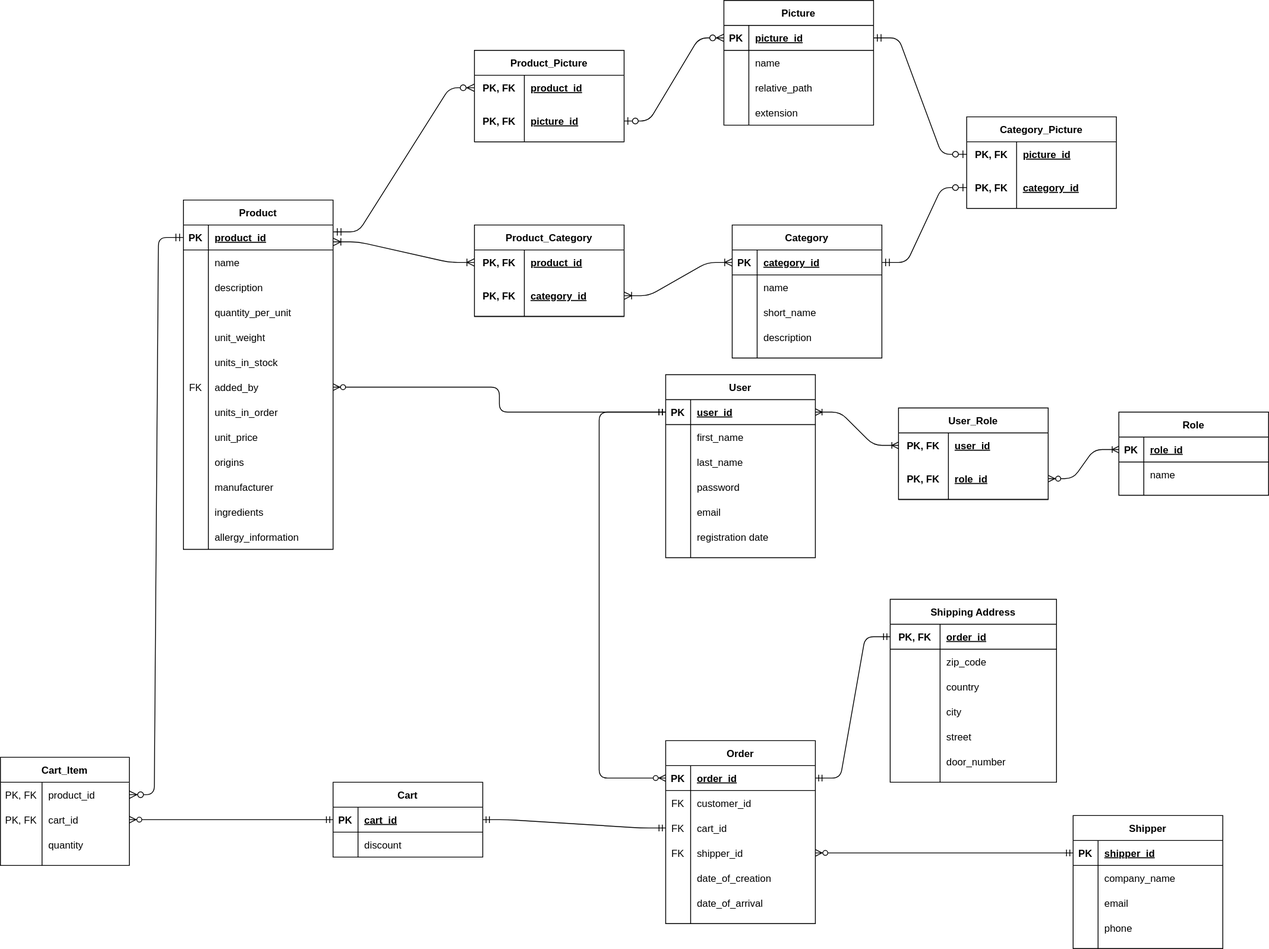
Earlier version of the draw.io export VB_UML.svg (LyakhnitskiyDP/VigilantBean). Source tidied: cells renumbered, new cells last; positions are measured from the earlier drawing's top-left corner, leaving out a move shared by most shapes.
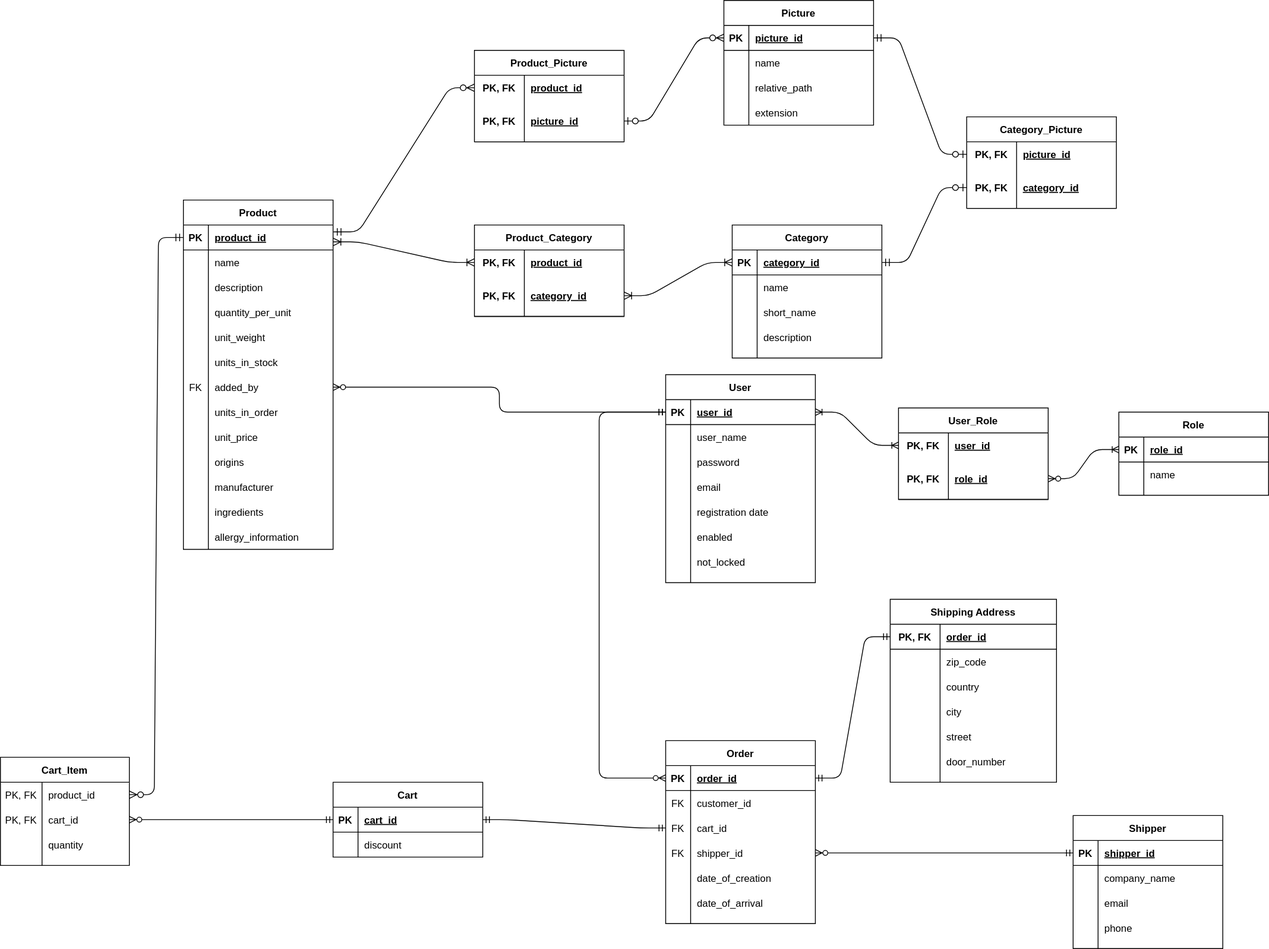
Above is the later version.

Diff of the diagram source:
```diff
@@ -3,7 +3,7 @@
     <mxCell id="0" />
     <mxCell id="1" parent="0" />
     <mxCell id="2" value="User" style="shape=table;startSize=30;rowLines=0;fontStyle=1;align=center;" parent="1" vertex="1">
-      <mxGeometry x="800" y="450" width="180" height="220" as="geometry" />
+      <mxGeometry x="800" y="450" width="180" height="250" as="geometry" />
     </mxCell>
     <mxCell id="3" style="shape=partialRectangle;fillColor=none;top=0;left=0;bottom=1;right=0;points=[[0,0.5],[1,0.5]];portConstraint=eastwest;" parent="2" vertex="1">
       <mxGeometry y="30" width="180" height="30" as="geometry" />
@@ -14,26 +14,17 @@
     <mxCell id="5" value="user_id" style="shape=partialRectangle;fillColor=none;top=0;left=0;bottom=0;right=0;align=left;spacingLeft=6;fontStyle=5;overflow=hidden;" parent="3" vertex="1">
       <mxGeometry x="30" width="150" height="30" as="geometry" />
     </mxCell>
-    <mxCell id="6" style="shape=partialRectangle;fillColor=none;top=0;left=0;bottom=0;right=0;" parent="2" vertex="1">
-      <mxGeometry y="60" width="180" height="30" as="geometry" />
-    </mxCell>
-    <mxCell id="7" style="shape=partialRectangle;fillColor=none;top=0;left=0;bottom=0;right=0;overflow=hidden;" parent="6" vertex="1">
-      <mxGeometry width="30" height="30" as="geometry" />
-    </mxCell>
-    <mxCell id="8" value="first_name" style="shape=partialRectangle;fillColor=none;top=0;left=0;bottom=0;right=0;align=left;spacingLeft=6;overflow=hidden;" parent="6" vertex="1">
-      <mxGeometry x="30" width="150" height="30" as="geometry" />
-    </mxCell>
     <mxCell id="9" style="shape=partialRectangle;fillColor=none;top=0;left=0;bottom=0;right=0;" parent="2" vertex="1">
-      <mxGeometry y="90" width="180" height="30" as="geometry" />
+      <mxGeometry y="60" width="180" height="30" as="geometry" />
     </mxCell>
     <mxCell id="10" style="shape=partialRectangle;fillColor=none;top=0;left=0;bottom=0;right=0;overflow=hidden;" parent="9" vertex="1">
       <mxGeometry width="30" height="30" as="geometry" />
     </mxCell>
-    <mxCell id="11" value="last_name" style="shape=partialRectangle;fillColor=none;top=0;left=0;bottom=0;right=0;align=left;spacingLeft=6;overflow=hidden;" parent="9" vertex="1">
+    <mxCell id="11" value="user_name" style="shape=partialRectangle;fillColor=none;top=0;left=0;bottom=0;right=0;align=left;spacingLeft=6;overflow=hidden;" parent="9" vertex="1">
       <mxGeometry x="30" width="150" height="30" as="geometry" />
     </mxCell>
     <mxCell id="12" style="shape=partialRectangle;fillColor=none;top=0;left=0;bottom=0;right=0;" parent="2" vertex="1">
-      <mxGeometry y="120" width="180" height="30" as="geometry" />
+      <mxGeometry y="90" width="180" height="30" as="geometry" />
     </mxCell>
     <mxCell id="13" style="shape=partialRectangle;fillColor=none;top=0;left=0;bottom=0;right=0;overflow=hidden;" parent="12" vertex="1">
       <mxGeometry width="30" height="30" as="geometry" />
@@ -42,7 +33,7 @@
       <mxGeometry x="30" width="150" height="30" as="geometry" />
     </mxCell>
     <mxCell id="15" style="shape=partialRectangle;fillColor=none;top=0;left=0;bottom=0;right=0;" parent="2" vertex="1">
-      <mxGeometry y="150" width="180" height="30" as="geometry" />
+      <mxGeometry y="120" width="180" height="30" as="geometry" />
     </mxCell>
     <mxCell id="16" style="shape=partialRectangle;fillColor=none;top=0;left=0;bottom=0;right=0;overflow=hidden;" parent="15" vertex="1">
       <mxGeometry width="30" height="30" as="geometry" />
@@ -51,7 +42,7 @@
       <mxGeometry x="30" width="150" height="30" as="geometry" />
     </mxCell>
     <mxCell id="18" style="shape=partialRectangle;fillColor=none;top=0;left=0;bottom=0;right=0;" parent="2" vertex="1">
-      <mxGeometry y="180" width="180" height="30" as="geometry" />
+      <mxGeometry y="150" width="180" height="30" as="geometry" />
     </mxCell>
     <mxCell id="19" style="shape=partialRectangle;fillColor=none;top=0;left=0;bottom=0;right=0;overflow=hidden;" parent="18" vertex="1">
       <mxGeometry width="30" height="30" as="geometry" />
@@ -59,6 +50,24 @@
     <mxCell id="20" value="registration date" style="shape=partialRectangle;fillColor=none;top=0;left=0;bottom=0;right=0;align=left;spacingLeft=6;overflow=hidden;" parent="18" vertex="1">
       <mxGeometry x="30" width="150" height="30" as="geometry" />
     </mxCell>
+    <mxCell id="205" style="shape=partialRectangle;fillColor=none;top=0;left=0;bottom=0;right=0;" parent="2" vertex="1">
+      <mxGeometry y="180" width="180" height="30" as="geometry" />
+    </mxCell>
+    <mxCell id="206" style="shape=partialRectangle;fillColor=none;top=0;left=0;bottom=0;right=0;overflow=hidden;" parent="205" vertex="1">
+      <mxGeometry width="30" height="30" as="geometry" />
+    </mxCell>
+    <mxCell id="207" value="enabled" style="shape=partialRectangle;fillColor=none;top=0;left=0;bottom=0;right=0;align=left;spacingLeft=6;overflow=hidden;" parent="205" vertex="1">
+      <mxGeometry x="30" width="150" height="30" as="geometry" />
+    </mxCell>
+    <mxCell id="208" style="shape=partialRectangle;fillColor=none;top=0;left=0;bottom=0;right=0;" parent="2" vertex="1">
+      <mxGeometry y="210" width="180" height="30" as="geometry" />
+    </mxCell>
+    <mxCell id="209" style="shape=partialRectangle;fillColor=none;top=0;left=0;bottom=0;right=0;overflow=hidden;" parent="208" vertex="1">
+      <mxGeometry width="30" height="30" as="geometry" />
+    </mxCell>
+    <mxCell id="210" value="not_locked" style="shape=partialRectangle;fillColor=none;top=0;left=0;bottom=0;right=0;align=left;spacingLeft=6;overflow=hidden;" parent="208" vertex="1">
+      <mxGeometry x="30" width="150" height="30" as="geometry" />
+    </mxCell>
     <mxCell id="21" value="Product" style="shape=table;startSize=30;rowLines=0;fontStyle=1;align=center;" parent="1" vertex="1">
       <mxGeometry x="220" y="240" width="180" height="420" as="geometry" />
     </mxCell>
```
